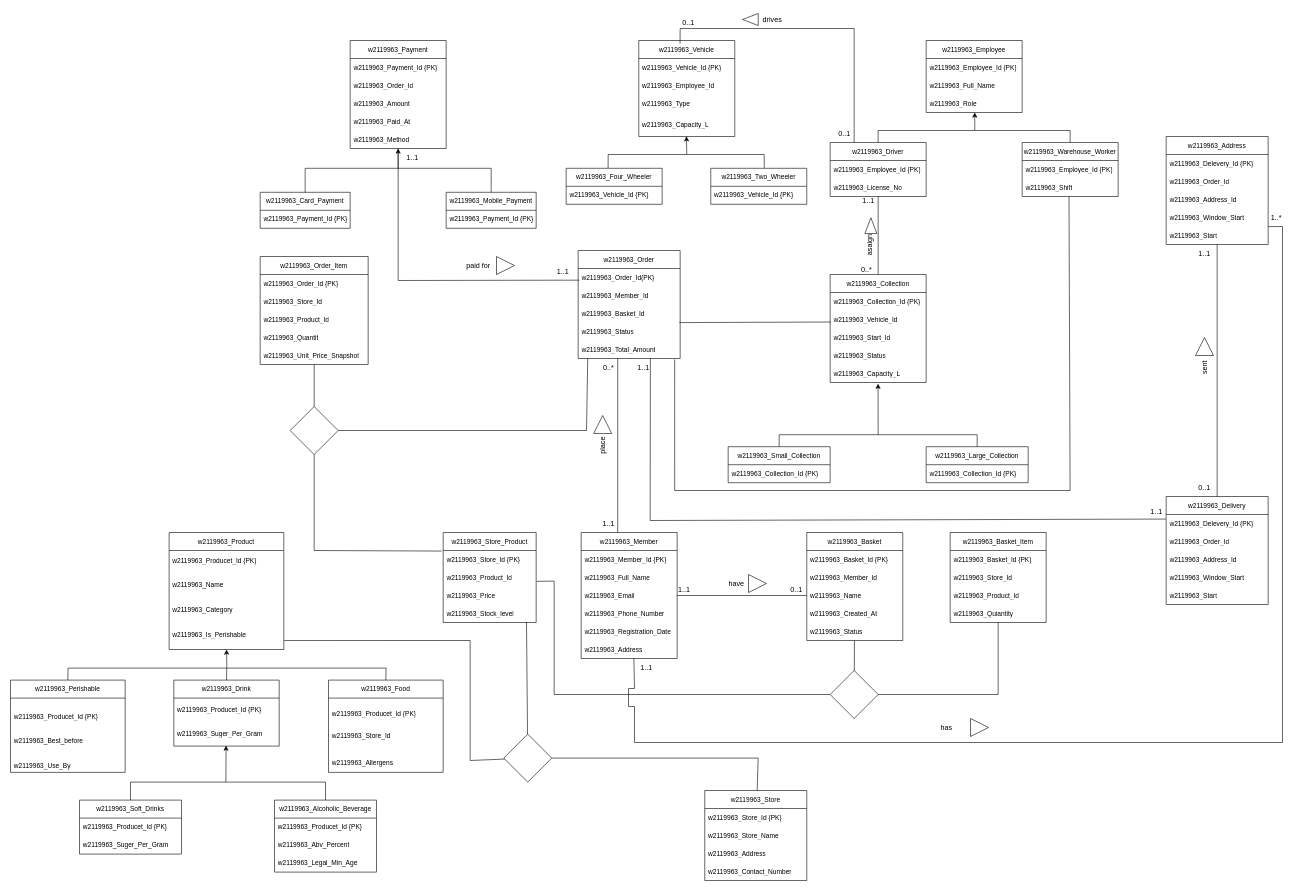
The draw.io diagram page "fuck-around" (2 of 2) of DB_CW_partA.drawio in Anuja-jayasinghe/DrawIo_Projects, before the edit. Source tidied: cells renumbered, new cells numbered last; positions are measured from the earlier drawing's top-left corner, leaving out a move shared by most shapes. Both pictures are drawn from the tidied source at 60%, with x=0, y=0 at pixel (10, 10).
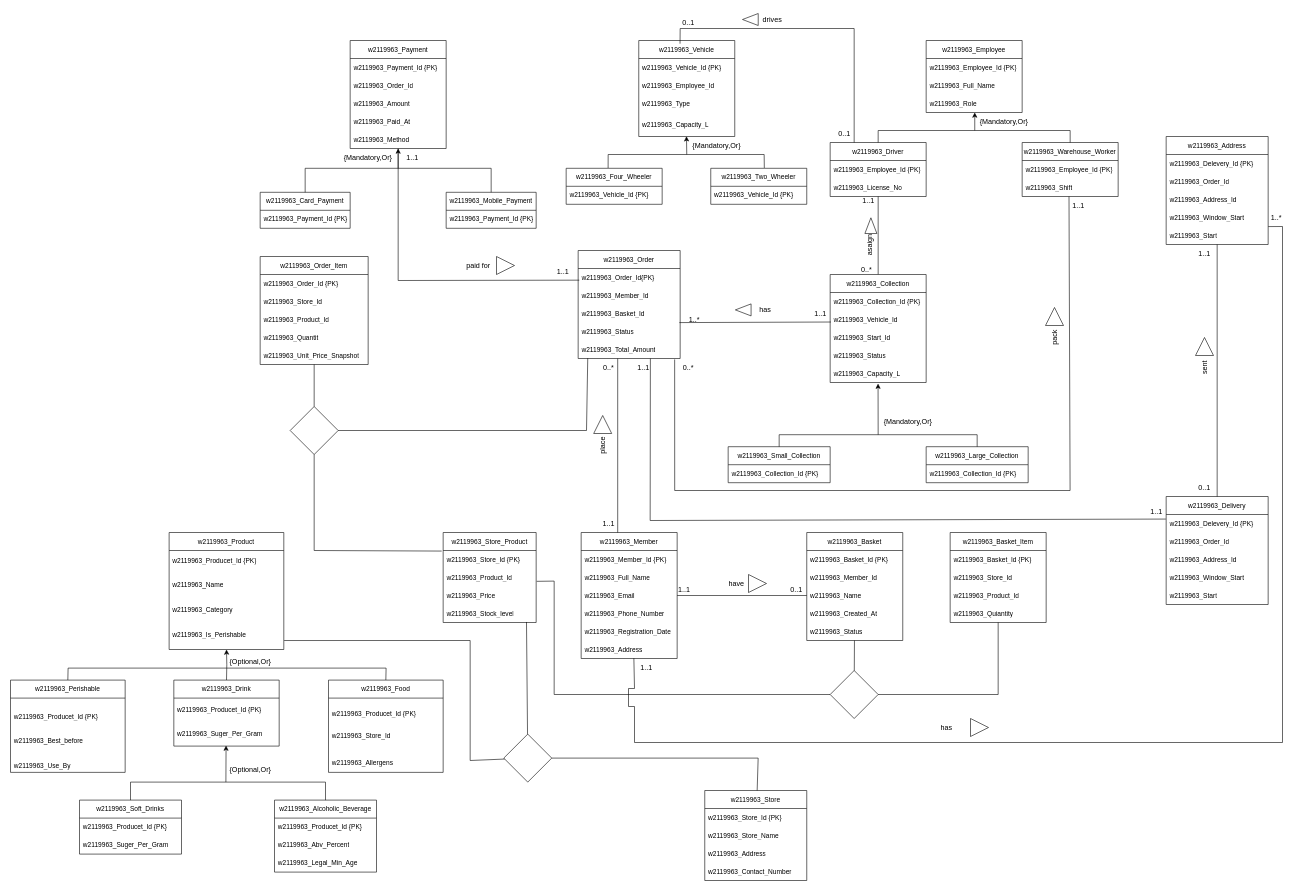
After the change.

The change refers to these unchanged cells:
```xml
<mxCell id="54" style="group;" parent="1" vertex="1">
  <mxGeometry x="1366.1" y="50" width="480" height="260" as="geometry" />
</mxCell>
<mxCell id="67" style="group;" parent="1" vertex="1">
  <mxGeometry x="926.1" y="50" width="401" height="273" as="geometry" />
</mxCell>
<mxCell id="79" style="group;" parent="1" vertex="1">
  <mxGeometry x="416.1" y="50" width="460" height="313" as="geometry" />
</mxCell>
<mxCell id="92" style="group;" parent="1" vertex="1">
  <mxGeometry y="870" width="721.1" height="566" as="geometry" />
</mxCell>
<mxCell id="171" style="group;" parent="1" vertex="1">
  <mxGeometry x="1196.1" y="497" width="500" height="290" as="geometry" />
</mxCell>
```

Diff of the diagram source:
```diff
@@
+    <mxCell id="193" value="{Mandatory,Or}" style="text;html=1;whiteSpace=wrap;strokeColor=none;fillColor=none;align=center;verticalAlign=middle;rounded=0;" parent="54" vertex="1">
+      <mxGeometry x="260" y="120" width="60" height="30" as="geometry" />
+    </mxCell>
@@
+    <mxCell id="194" value="{Mandatory,Or}" style="text;html=1;whiteSpace=wrap;strokeColor=none;fillColor=none;align=center;verticalAlign=middle;rounded=0;" parent="67" vertex="1">
+      <mxGeometry x="221" y="160" width="60" height="30" as="geometry" />
+    </mxCell>
@@
+    <mxCell id="195" value="{Mandatory,Or}" style="text;html=1;whiteSpace=wrap;strokeColor=none;fillColor=none;align=center;verticalAlign=middle;rounded=0;" parent="79" vertex="1">
+      <mxGeometry x="150" y="180" width="60" height="30" as="geometry" />
+    </mxCell>
@@
+    <mxCell id="196" value="{Optional,Or}" style="text;html=1;whiteSpace=wrap;strokeColor=none;fillColor=none;align=center;verticalAlign=middle;rounded=0;" parent="92" vertex="1">
+      <mxGeometry x="370" y="200" width="60" height="30" as="geometry" />
+    </mxCell>
+    <mxCell id="197" value="{Optional,Or}" style="text;html=1;whiteSpace=wrap;strokeColor=none;fillColor=none;align=center;verticalAlign=middle;rounded=0;" parent="92" vertex="1">
+      <mxGeometry x="370" y="379.8" width="60" height="30" as="geometry" />
+    </mxCell>
@@
+    <mxCell id="198" value="{Mandatory,Or}" style="text;html=1;whiteSpace=wrap;strokeColor=none;fillColor=none;align=center;verticalAlign=middle;rounded=0;" parent="171" vertex="1">
+      <mxGeometry x="270" y="173" width="60" height="30" as="geometry" />
+    </mxCell>
@@
+    <mxCell id="199" style="group;rotation=-90;" parent="1" vertex="1">
+      <mxGeometry x="1700" y="520" width="80" height="30" as="geometry" />
+    </mxCell>
+    <mxCell id="200" style="triangle;whiteSpace=wrap;html=1;rotation=-90;" parent="199" vertex="1">
+      <mxGeometry x="25" y="-25" width="30" height="30" as="geometry" />
+    </mxCell>
+    <mxCell id="201" value="pack" style="text;html=1;whiteSpace=wrap;strokeColor=none;fillColor=none;align=center;verticalAlign=middle;rounded=0;rotation=-90;" parent="199" vertex="1">
+      <mxGeometry x="10" y="10" width="60" height="30" as="geometry" />
+    </mxCell>
+    <mxCell id="202" value="1..1" style="text;html=1;whiteSpace=wrap;strokeColor=none;fillColor=none;align=center;verticalAlign=middle;rounded=0;" parent="1" vertex="1">
+      <mxGeometry x="1750" y="310" width="60" height="30" as="geometry" />
+    </mxCell>
+    <mxCell id="203" value="0..*" style="text;html=1;whiteSpace=wrap;strokeColor=none;fillColor=none;align=center;verticalAlign=middle;rounded=0;" parent="1" vertex="1">
+      <mxGeometry x="1100" y="580" width="60" height="30" as="geometry" />
+    </mxCell>
+    <mxCell id="204" value="has" style="text;html=1;whiteSpace=wrap;strokeColor=none;fillColor=none;align=center;verticalAlign=middle;rounded=0;" parent="1" vertex="1">
+      <mxGeometry x="1228.1" y="484" width="60" height="30" as="geometry" />
+    </mxCell>
+    <mxCell id="205" style="triangle;whiteSpace=wrap;html=1;rotation=-180;" parent="1" vertex="1">
+      <mxGeometry x="1208.1" y="489" width="26.2" height="20" as="geometry" />
+    </mxCell>
+    <mxCell id="206" value="1..*" style="text;html=1;whiteSpace=wrap;strokeColor=none;fillColor=none;align=center;verticalAlign=middle;rounded=0;" parent="1" vertex="1">
+      <mxGeometry x="1110" y="500" width="60" height="30" as="geometry" />
+    </mxCell>
+    <mxCell id="207" value="1..1" style="text;html=1;whiteSpace=wrap;strokeColor=none;fillColor=none;align=center;verticalAlign=middle;rounded=0;" parent="1" vertex="1">
+      <mxGeometry x="1320" y="490" width="60" height="30" as="geometry" />
+    </mxCell>
```
